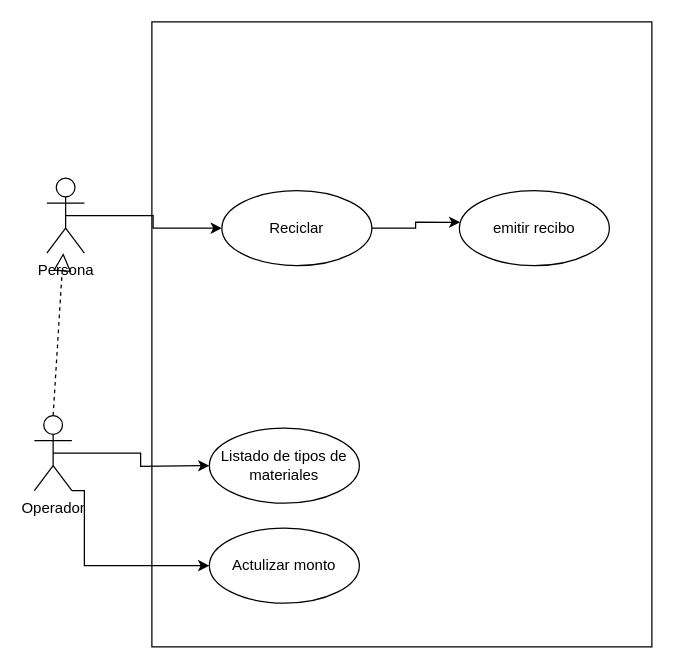
This is Ejercicio4- Máquina de reciclado/Maquina de reciclado.drawio from Fefo7/Inge1, a draw.io file, before an edit. Source tidied: cells renumbered, new cells numbered last; positions are measured from the earlier drawing's top-left corner, leaving out a move shared by most shapes. Both pictures are drawn from the tidied source at 125%, with x=0, y=0 at pixel (34, 21).
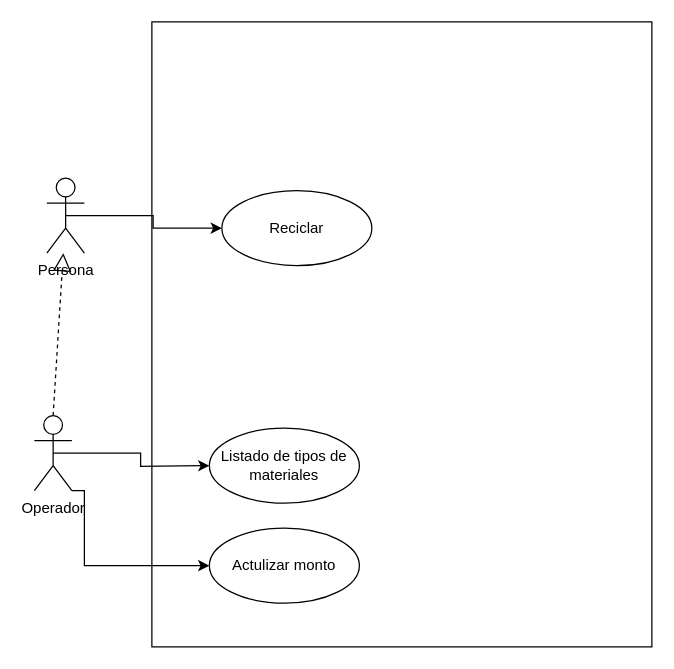
After the change.

Change to the diagram source:
```diff
@@
 <mxGraphModel>
   <root>
     <mxCell id="0" />
     <mxCell id="1" parent="0" />
     <mxCell id="2" style="rounded=0;whiteSpace=wrap;html=1;" parent="1" vertex="1">
       <mxGeometry x="94" width="400" height="500" as="geometry" />
     </mxCell>
     <mxCell id="3" style="edgeStyle=orthogonalEdgeStyle;rounded=0;jettySize=auto;html=1;exitX=0.5;exitY=0.5;exitDx=0;exitDy=0;exitPerimeter=0;entryX=0;entryY=0.5;entryDx=0;entryDy=0;" parent="1" edge="1" source="4" target="5">
       <mxGeometry relative="1" as="geometry" />
     </mxCell>
     <mxCell id="4" value="Persona" style="shape=umlActor;verticalLabelPosition=bottom;verticalAlign=top;html=1;outlineConnect=0;" parent="1" vertex="1">
       <mxGeometry x="10" y="125" width="30" height="60" as="geometry" />
     </mxCell>
     <mxCell id="5" value="Reciclar" style="ellipse;whiteSpace=wrap;html=1;" parent="1" vertex="1">
       <mxGeometry x="150" y="135" width="120" height="60" as="geometry" />
     </mxCell>
-    <mxCell id="6" value="emitir recibo" style="ellipse;whiteSpace=wrap;html=1;" parent="1" vertex="1">
-      <mxGeometry x="340" y="135" width="120" height="60" as="geometry" />
-    </mxCell>
     <mxCell id="7" style="edgeStyle=orthogonalEdgeStyle;rounded=0;jettySize=auto;html=1;exitX=0.5;exitY=0.5;exitDx=0;exitDy=0;exitPerimeter=0;" parent="1" edge="1" source="9">
       <mxGeometry relative="1" as="geometry">
         <mxPoint x="140" y="355" as="targetPoint" />
       </mxGeometry>
     </mxCell>
     <mxCell id="8" style="edgeStyle=orthogonalEdgeStyle;rounded=0;jettySize=auto;html=1;exitX=1;exitY=1;exitDx=0;exitDy=0;exitPerimeter=0;entryX=0;entryY=0.5;entryDx=0;entryDy=0;" parent="1" edge="1" source="9" target="11">
       <mxGeometry relative="1" as="geometry">
         <Array as="points">
           <mxPoint x="40" y="375" />
           <mxPoint x="40" y="435" />
         </Array>
       </mxGeometry>
     </mxCell>
     <mxCell id="9" value="Operador" style="shape=umlActor;verticalLabelPosition=bottom;verticalAlign=top;html=1;outlineConnect=0;" parent="1" vertex="1">
       <mxGeometry y="315" width="30" height="60" as="geometry" />
     </mxCell>
     <mxCell id="10" value="Listado de tipos de materiales" style="ellipse;whiteSpace=wrap;html=1;" parent="1" vertex="1">
       <mxGeometry x="140" y="325" width="120" height="60" as="geometry" />
     </mxCell>
     <mxCell id="11" value="Actulizar monto" style="ellipse;whiteSpace=wrap;html=1;" parent="1" vertex="1">
       <mxGeometry x="140" y="405" width="120" height="60" as="geometry" />
     </mxCell>
-    <mxCell id="12" style="edgeStyle=orthogonalEdgeStyle;rounded=0;jettySize=auto;html=1;exitX=1;exitY=0.5;exitDx=0;exitDy=0;entryX=0.006;entryY=0.422;entryDx=0;entryDy=0;entryPerimeter=0;" parent="1" edge="1" source="5" target="6">
-      <mxGeometry relative="1" as="geometry" />
-    </mxCell>
     <mxCell id="13" style="endArrow=block;dashed=1;endFill=0;endSize=12;html=1;rounded=0;exitX=0.5;exitY=0;exitDx=0;exitDy=0;exitPerimeter=0;" parent="1" edge="1" source="9" target="4">
       <mxGeometry relative="1" as="geometry" />
     </mxCell>
   </root>
 </mxGraphModel>
```
